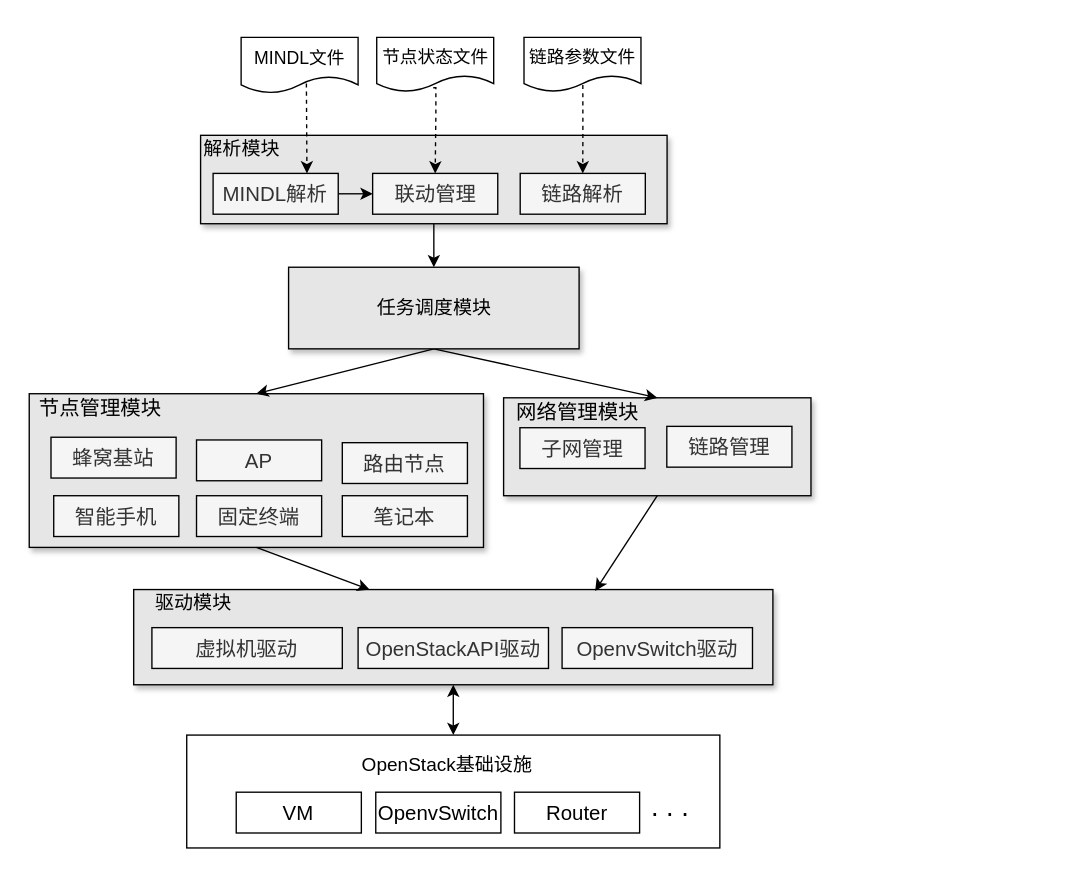
The draw.io diagram page "renew2_原型系统架构" (1 of 5) of 网络仿真系统.drawio in Icarus1994/neutron_conf, before the edit. Source tidied: cells renumbered, new cells numbered last; positions are measured from the earlier drawing's top-left corner, leaving out a move shared by most shapes. Both pictures are drawn from the tidied source at 136%, with x=0, y=0 at pixel (29, 37).
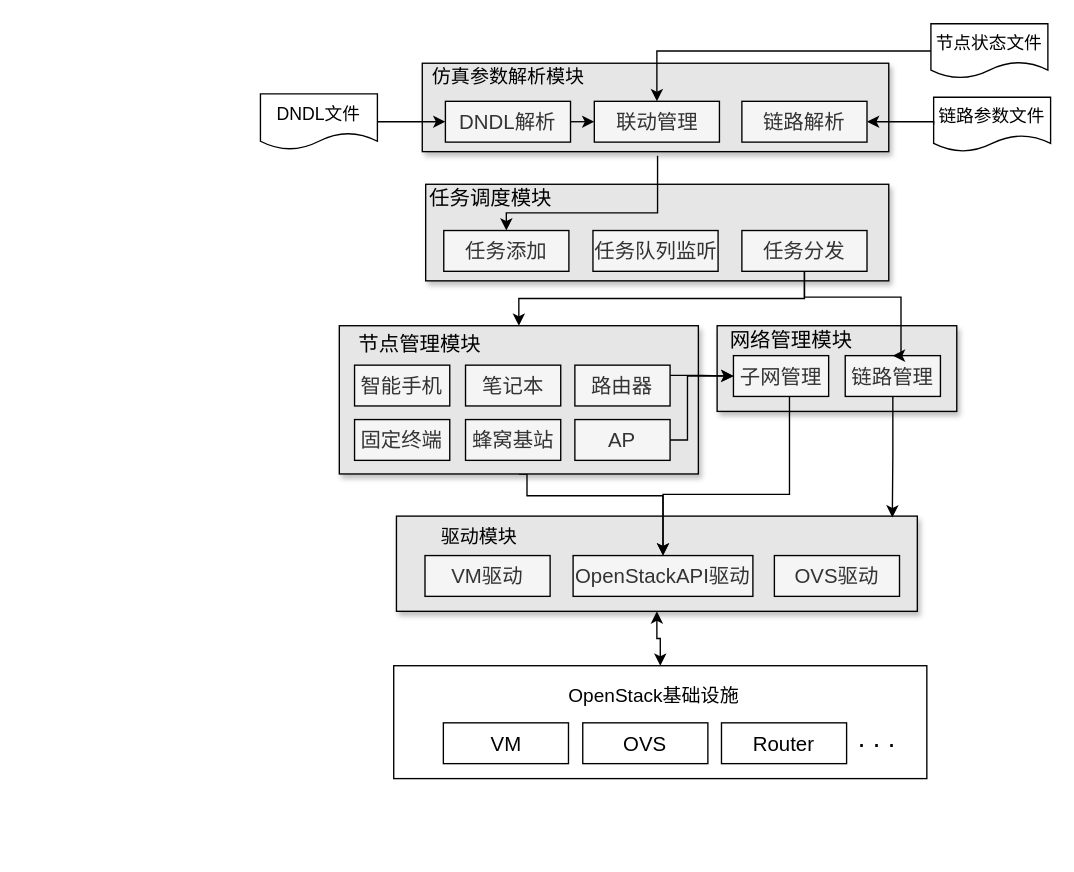
After the change.

The edit, as a diff of the source:
```diff
@@
     <mxCell id="2" style="rounded=0;whiteSpace=wrap;html=1;" parent="1" vertex="1">
-      <mxGeometry x="115.8" y="513" width="392" height="83" as="geometry" />
+      <mxGeometry x="268" y="462" width="392" height="83" as="geometry" />
     </mxCell>
     <mxCell id="3" style="rounded=0;whiteSpace=wrap;html=1;fillColor=#E6E6E6;shadow=1;" parent="1" vertex="1">
-      <mxGeometry x="348.8" y="265" width="226" height="72" as="geometry" />
+      <mxGeometry x="505.8" y="212" width="176.2" height="63" as="geometry" />
     </mxCell>
     <mxCell id="4" value="链路参数文件" style="shape=document;whiteSpace=wrap;html=1;boundedLbl=1;fontSize=13;" parent="1" vertex="1">
-      <mxGeometry x="363.8" width="86" height="40" as="geometry" />
+      <mxGeometry x="665" y="44" width="86" height="40" as="geometry" />
     </mxCell>
-    <mxCell id="5" value="&lt;font style=&quot;font-size: 13px;&quot;&gt;MINDL文件&lt;/font&gt;" style="shape=document;whiteSpace=wrap;html=1;boundedLbl=1;fontSize=13;" parent="1" vertex="1">
-      <mxGeometry x="155.8" width="86" height="41" as="geometry" />
+    <mxCell id="5" value="&lt;font style=&quot;font-size: 13px&quot;&gt;DNDL文件&lt;/font&gt;" style="shape=document;whiteSpace=wrap;html=1;boundedLbl=1;fontSize=13;" parent="1" vertex="1">
+      <mxGeometry x="170" y="41.5" width="86" height="41" as="geometry" />
     </mxCell>
@@
     <mxCell id="7" style="rounded=0;whiteSpace=wrap;html=1;fillColor=#E6E6E6;shadow=1;" parent="1" vertex="1">
-      <mxGeometry x="76.8" y="406" width="470" height="70" as="geometry" />
+      <mxGeometry x="270" y="352" width="383" height="70" as="geometry" />
     </mxCell>
-    <mxCell id="8" value="&lt;span style=&quot;font-size: 15px&quot;&gt;虚拟机驱动&lt;/span&gt;" style="rounded=0;whiteSpace=wrap;html=1;fillColor=#f5f5f5;strokeColor=#000000;fontColor=#333333;" parent="1" vertex="1">
-      <mxGeometry x="90.2" y="434" width="140" height="30" as="geometry" />
+    <mxCell id="8" value="&lt;span style=&quot;font-size: 15px&quot;&gt;VM驱动&lt;/span&gt;" style="rounded=0;whiteSpace=wrap;html=1;fillColor=#f5f5f5;strokeColor=#000000;fontColor=#333333;" parent="1" vertex="1">
+      <mxGeometry x="291" y="381" width="92" height="30" as="geometry" />
     </mxCell>
     <mxCell id="9" value="&lt;span style=&quot;font-size: 15px&quot;&gt;OpenStackAPI驱动&lt;/span&gt;" style="rounded=0;whiteSpace=wrap;html=1;fillColor=#f5f5f5;strokeColor=#000000;fontColor=#333333;" parent="1" vertex="1">
-      <mxGeometry x="241.8" y="434" width="140" height="30" as="geometry" />
+      <mxGeometry x="399.9" y="381" width="132.2" height="30" as="geometry" />
     </mxCell>
-    <mxCell id="10" value="&lt;span style=&quot;font-size: 15px&quot;&gt;OpenvSwitch驱动&lt;br&gt;&lt;/span&gt;" style="rounded=0;whiteSpace=wrap;html=1;fillColor=#f5f5f5;strokeColor=#000000;fontColor=#333333;" parent="1" vertex="1">
-      <mxGeometry x="391.8" y="434" width="140" height="30" as="geometry" />
+    <mxCell id="10" value="&lt;span style=&quot;font-size: 15px&quot;&gt;OVS驱动&lt;br&gt;&lt;/span&gt;" style="rounded=0;whiteSpace=wrap;html=1;fillColor=#f5f5f5;strokeColor=#000000;fontColor=#333333;" parent="1" vertex="1">
+      <mxGeometry x="547.9" y="381" width="92" height="30" as="geometry" />
     </mxCell>
     <mxCell id="11" value="&lt;font style=&quot;font-size: 14px&quot;&gt;驱动模块&lt;/font&gt;" style="text;html=1;strokeColor=none;fillColor=none;align=center;verticalAlign=middle;whiteSpace=wrap;rounded=0;" parent="1" vertex="1">
-      <mxGeometry x="75.8" y="406" width="90" height="20" as="geometry" />
+      <mxGeometry x="286" y="357" width="90" height="20" as="geometry" />
     </mxCell>
     <mxCell id="12" value="OpenStack基础设施" style="text;html=1;align=center;verticalAlign=middle;fontSize=14;" parent="1" vertex="1">
-      <mxGeometry x="236.8" y="525" width="140" height="20" as="geometry" />
+      <mxGeometry x="389" y="474" width="140" height="20" as="geometry" />
     </mxCell>
     <mxCell id="13" value="&lt;span style=&quot;font-size: 15px&quot;&gt;VM&lt;/span&gt;" style="rounded=0;whiteSpace=wrap;html=1;" parent="1" vertex="1">
-      <mxGeometry x="152.2" y="555" width="92" height="30" as="geometry" />
+      <mxGeometry x="304.5" y="504" width="92" height="30" as="geometry" />
     </mxCell>
-    <mxCell id="14" value="&lt;span style=&quot;font-size: 15px&quot;&gt;OpenvSwitch&lt;/span&gt;" style="rounded=0;whiteSpace=wrap;html=1;" parent="1" vertex="1">
-      <mxGeometry x="254.8" y="555" width="92" height="30" as="geometry" />
+    <mxCell id="14" value="&lt;span style=&quot;font-size: 15px&quot;&gt;OVS&lt;/span&gt;" style="rounded=0;whiteSpace=wrap;html=1;" parent="1" vertex="1">
+      <mxGeometry x="407" y="504" width="92" height="30" as="geometry" />
     </mxCell>
     <mxCell id="15" value="&lt;span style=&quot;font-size: 15px&quot;&gt;Router&lt;/span&gt;" style="rounded=0;whiteSpace=wrap;html=1;" parent="1" vertex="1">
-      <mxGeometry x="356.8" y="555" width="92" height="30" as="geometry" />
+      <mxGeometry x="509" y="504" width="92" height="30" as="geometry" />
     </mxCell>
     <mxCell id="16" value="&lt;font style=&quot;font-size: 20px&quot;&gt;. . .&lt;/font&gt;" style="text;html=1;align=center;verticalAlign=middle;fontSize=14;" parent="1" vertex="1">
-      <mxGeometry x="450.8" y="555" width="40" height="20" as="geometry" />
+      <mxGeometry x="603" y="504" width="40" height="20" as="geometry" />
     </mxCell>
     <mxCell id="17" value="节点状态文件" style="shape=document;whiteSpace=wrap;html=1;boundedLbl=1;fontSize=13;" parent="1" vertex="1">
-      <mxGeometry x="255.5" width="86" height="40" as="geometry" />
+      <mxGeometry x="663" y="-10" width="86" height="40" as="geometry" />
     </mxCell>
-    <mxCell id="18" style="edgeStyle=none;rounded=0;jettySize=auto;html=1;exitX=0.5;exitY=1;exitDx=0;exitDy=0;entryX=0.5;entryY=0;entryDx=0;entryDy=0;" parent="1" edge="1" source="19" target="37">
-      <mxGeometry relative="1" as="geometry" />
-    </mxCell>
     <mxCell id="19" style="rounded=0;whiteSpace=wrap;html=1;fontSize=14;fillColor=#E6E6E6;shadow=1;" parent="1" vertex="1">
-      <mxGeometry x="126" y="72" width="343" height="65" as="geometry" />
+      <mxGeometry x="289" y="19" width="343" height="65" as="geometry" />
     </mxCell>
@@
-    <mxCell id="21" value="&lt;span style=&quot;font-size: 15px&quot;&gt;MINDL解析&lt;/span&gt;" style="rounded=0;whiteSpace=wrap;html=1;fillColor=#f5f5f5;strokeColor=#000000;fontColor=#333333;" parent="1" vertex="1">
-      <mxGeometry x="135.2" y="100" width="92" height="30" as="geometry" />
+    <mxCell id="21" value="&lt;span style=&quot;font-size: 15px&quot;&gt;DNDL解析&lt;/span&gt;" style="rounded=0;whiteSpace=wrap;html=1;fillColor=#f5f5f5;strokeColor=#000000;fontColor=#333333;" parent="1" vertex="1">
+      <mxGeometry x="306" y="47" width="92" height="30" as="geometry" />
     </mxCell>
     <mxCell id="22" value="&lt;span style=&quot;font-size: 15px&quot;&gt;联动管理&lt;/span&gt;" style="rounded=0;whiteSpace=wrap;html=1;fillColor=#f5f5f5;strokeColor=#000000;fontColor=#333333;" parent="1" vertex="1">
-      <mxGeometry x="252.5" y="100" width="92" height="30" as="geometry" />
+      <mxGeometry x="415.5" y="47" width="92" height="30" as="geometry" />
     </mxCell>
-    <mxCell id="23" value="&lt;span style=&quot;font-size: 14px&quot;&gt;解析模块&lt;/span&gt;" style="text;html=1;align=center;verticalAlign=middle;" parent="1" vertex="1">
-      <mxGeometry x="123" y="72" width="66" height="19" as="geometry" />
+    <mxCell id="23" value="&lt;span style=&quot;font-size: 14px&quot;&gt;仿真参数解析模块&lt;/span&gt;" style="text;html=1;align=center;verticalAlign=middle;" parent="1" vertex="1">
+      <mxGeometry x="291" y="19" width="122" height="19" as="geometry" />
     </mxCell>
-    <mxCell id="24" style="edgeStyle=none;rounded=0;jettySize=auto;html=1;entryX=0.722;entryY=0.014;entryDx=0;entryDy=0;entryPerimeter=0;exitX=0.5;exitY=1;exitDx=0;exitDy=0;" parent="1" edge="1" source="3" target="7">
-      <mxGeometry relative="1" as="geometry" />
-    </mxCell>
-    <mxCell id="25" style="edgeStyle=orthogonalEdgeStyle;rounded=0;jettySize=auto;html=1;exitX=0.483;exitY=0.925;exitDx=0;exitDy=0;dashed=1;exitPerimeter=0;entryX=0.5;entryY=0;entryDx=0;entryDy=0;" parent="1" edge="1" source="17" target="22">
-      <mxGeometry relative="1" as="geometry">
-        <Array as="points">
-          <mxPoint x="299" y="37" />
-          <mxPoint x="299" y="56" />
-        </Array>
-      </mxGeometry>
-    </mxCell>
+    <mxCell id="44" style="edgeStyle=orthogonalEdgeStyle;rounded=0;jettySize=auto;html=1;exitX=0.5;exitY=1;exitDx=0;exitDy=0;entryX=0.5;entryY=0;entryDx=0;entryDy=0;strokeColor=#000000;" parent="1" edge="1" source="26" target="9">
+      <mxGeometry relative="1" as="geometry">
+        <Array as="points">
+          <mxPoint x="366" y="337" />
+          <mxPoint x="466" y="337" />
+        </Array>
+      </mxGeometry>
+    </mxCell>
     <mxCell id="26" style="rounded=0;whiteSpace=wrap;html=1;fillColor=#E6E6E6;shadow=1;" parent="1" vertex="1">
-      <mxGeometry y="262" width="334" height="113" as="geometry" />
+      <mxGeometry x="228" y="212" width="264" height="109" as="geometry" />
     </mxCell>
+    <mxCell id="45" style="edgeStyle=orthogonalEdgeStyle;rounded=0;jettySize=auto;html=1;exitX=0.5;exitY=1;exitDx=0;exitDy=0;entryX=0.5;entryY=0;entryDx=0;entryDy=0;strokeColor=#000000;" parent="1" edge="1" source="27" target="9">
+      <mxGeometry relative="1" as="geometry">
+        <Array as="points">
+          <mxPoint x="559" y="336" />
+          <mxPoint x="466" y="336" />
+        </Array>
+      </mxGeometry>
+    </mxCell>
     <mxCell id="27" value="&lt;span style=&quot;font-size: 15px&quot;&gt;子网管理&lt;/span&gt;" style="rounded=0;whiteSpace=wrap;html=1;fillColor=#f5f5f5;strokeColor=#000000;fontColor=#333333;" parent="1" vertex="1">
-      <mxGeometry x="360.8" y="287" width="92" height="30" as="geometry" />
+      <mxGeometry x="517.8" y="234" width="70" height="30" as="geometry" />
     </mxCell>
+    <mxCell id="46" style="edgeStyle=orthogonalEdgeStyle;rounded=0;jettySize=auto;html=1;exitX=1;exitY=0.25;exitDx=0;exitDy=0;entryX=0;entryY=0.5;entryDx=0;entryDy=0;strokeColor=#000000;" parent="1" edge="1" source="28" target="27">
+      <mxGeometry relative="1" as="geometry" />
+    </mxCell>
-    <mxCell id="28" value="&lt;span style=&quot;font-size: 15px&quot;&gt;路由节点&lt;/span&gt;" style="rounded=0;whiteSpace=wrap;html=1;fillColor=#f5f5f5;strokeColor=#000000;fontColor=#333333;" parent="1" vertex="1">
-      <mxGeometry x="230.2" y="298" width="92" height="30" as="geometry" />
+    <mxCell id="28" value="&lt;span style=&quot;font-size: 15px&quot;&gt;路由器&lt;/span&gt;" style="rounded=0;whiteSpace=wrap;html=1;fillColor=#f5f5f5;strokeColor=#000000;fontColor=#333333;" parent="1" vertex="1">
+      <mxGeometry x="401.2" y="241" width="70" height="30" as="geometry" />
     </mxCell>
-    <mxCell id="29" style="edgeStyle=none;rounded=0;jettySize=auto;html=1;exitX=0.5;exitY=1;exitDx=0;exitDy=0;entryX=0.5;entryY=0;entryDx=0;entryDy=0;" parent="1" edge="1" source="37" target="26">
-      <mxGeometry relative="1" as="geometry" />
-    </mxCell>
+    <mxCell id="47" style="edgeStyle=orthogonalEdgeStyle;rounded=0;jettySize=auto;html=1;exitX=1;exitY=0.5;exitDx=0;exitDy=0;entryX=0;entryY=0.5;entryDx=0;entryDy=0;strokeColor=#000000;" parent="1" edge="1" source="30" target="27">
+      <mxGeometry relative="1" as="geometry">
+        <Array as="points">
+          <mxPoint x="484" y="296" />
+          <mxPoint x="484" y="249" />
+        </Array>
+      </mxGeometry>
+    </mxCell>
     <mxCell id="30" value="&lt;span style=&quot;font-size: 15px&quot;&gt;AP&lt;/span&gt;" style="rounded=0;whiteSpace=wrap;html=1;fillColor=#f5f5f5;strokeColor=#000000;fontColor=#333333;" parent="1" vertex="1">
-      <mxGeometry x="123" y="296" width="92" height="30" as="geometry" />
+      <mxGeometry x="401.2" y="281" width="70" height="30" as="geometry" />
     </mxCell>
-    <mxCell id="31" value="&lt;span style=&quot;font-size: 15px&quot;&gt;固定终端&lt;/span&gt;" style="rounded=0;whiteSpace=wrap;html=1;fillColor=#f5f5f5;strokeColor=#000000;fontColor=#333333;" parent="1" vertex="1">
-      <mxGeometry x="123" y="337" width="92" height="30" as="geometry" />
+    <mxCell id="31" value="&lt;span style=&quot;font-size: 15px&quot;&gt;蜂窝基站&lt;/span&gt;" style="rounded=0;whiteSpace=wrap;html=1;fillColor=#f5f5f5;strokeColor=#000000;fontColor=#333333;" parent="1" vertex="1">
+      <mxGeometry x="320.8" y="281" width="70" height="30" as="geometry" />
     </mxCell>
     <mxCell id="32" value="&lt;font style=&quot;font-size: 15px&quot;&gt;节点管理模块&lt;/font&gt;" style="text;html=1;align=center;verticalAlign=middle;" parent="1" vertex="1">
-      <mxGeometry x="1.8" y="262" width="100" height="19" as="geometry" />
+      <mxGeometry x="237" y="215" width="100" height="19" as="geometry" />
     </mxCell>
-    <mxCell id="33" style="edgeStyle=none;rounded=0;jettySize=auto;html=1;exitX=0.5;exitY=1;exitDx=0;exitDy=0;entryX=0.5;entryY=0;entryDx=0;entryDy=0;" parent="1" edge="1" source="37" target="3">
-      <mxGeometry relative="1" as="geometry" />
-    </mxCell>
-    <mxCell id="34" style="edgeStyle=orthogonalEdgeStyle;rounded=0;jettySize=auto;html=1;exitX=0.503;exitY=0.875;exitDx=0;exitDy=0;dashed=1;exitPerimeter=0;" parent="1" edge="1" source="4" target="36">
-      <mxGeometry relative="1" as="geometry" />
-    </mxCell>
     <mxCell id="35" value="&lt;font style=&quot;font-size: 15px&quot;&gt;网络管理模块&lt;/font&gt;" style="text;html=1;align=center;verticalAlign=middle;" parent="1" vertex="1">
-      <mxGeometry x="352.8" y="265" width="100" height="19" as="geometry" />
+      <mxGeometry x="509.8" y="212" width="100" height="19" as="geometry" />
     </mxCell>
     <mxCell id="36" value="&lt;span style=&quot;font-size: 15px&quot;&gt;链路解析&lt;/span&gt;" style="rounded=0;whiteSpace=wrap;html=1;fillColor=#f5f5f5;strokeColor=#000000;fontColor=#333333;" parent="1" vertex="1">
-      <mxGeometry x="361" y="100" width="92" height="30" as="geometry" />
+      <mxGeometry x="524" y="47" width="92" height="30" as="geometry" />
     </mxCell>
-    <mxCell id="37" value="任务调度模块" style="rounded=0;whiteSpace=wrap;html=1;fontSize=14;fillColor=#E6E6E6;shadow=1;" parent="1" vertex="1">
-      <mxGeometry x="190.7" y="169" width="213.6" height="60" as="geometry" />
+    <mxCell id="37" style="rounded=0;whiteSpace=wrap;html=1;fontSize=14;fillColor=#E6E6E6;shadow=1;" parent="1" vertex="1">
+      <mxGeometry x="291.5" y="108" width="340.5" height="71" as="geometry" />
     </mxCell>
+    <mxCell id="48" style="edgeStyle=orthogonalEdgeStyle;rounded=0;jettySize=auto;html=1;exitX=0.5;exitY=1;exitDx=0;exitDy=0;entryX=0.952;entryY=0.014;entryDx=0;entryDy=0;entryPerimeter=0;strokeColor=#000000;" parent="1" edge="1" source="38" target="7">
+      <mxGeometry relative="1" as="geometry" />
+    </mxCell>
     <mxCell id="38" value="&lt;span style=&quot;font-size: 15px&quot;&gt;链路管理&lt;/span&gt;" style="rounded=0;whiteSpace=wrap;html=1;fillColor=#f5f5f5;strokeColor=#000000;fontColor=#333333;" parent="1" vertex="1">
-      <mxGeometry x="468.8" y="286" width="92" height="30" as="geometry" />
+      <mxGeometry x="600" y="234" width="70" height="30" as="geometry" />
     </mxCell>
-    <mxCell id="39" style="edgeStyle=orthogonalEdgeStyle;rounded=0;jettySize=auto;html=1;exitX=0.558;exitY=0.825;exitDx=0;exitDy=0;dashed=1;exitPerimeter=0;entryX=0.75;entryY=0;entryDx=0;entryDy=0;" parent="1" edge="1" source="5" target="21">
-      <mxGeometry relative="1" as="geometry">
-        <Array as="points">
-          <mxPoint x="204" y="33" />
-        </Array>
-      </mxGeometry>
-    </mxCell>
-    <mxCell id="40" value="&lt;span style=&quot;font-size: 15px&quot;&gt;蜂窝基站&lt;/span&gt;" style="rounded=0;whiteSpace=wrap;html=1;fillColor=#f5f5f5;strokeColor=#000000;fontColor=#333333;" parent="1" vertex="1">
-      <mxGeometry x="16" y="294" width="92" height="30" as="geometry" />
+    <mxCell id="40" value="&lt;span style=&quot;font-size: 15px&quot;&gt;智能手机&lt;/span&gt;" style="rounded=0;whiteSpace=wrap;html=1;fillColor=#f5f5f5;strokeColor=#000000;fontColor=#333333;" parent="1" vertex="1">
+      <mxGeometry x="239.2" y="241" width="70" height="30" as="geometry" />
     </mxCell>
     <mxCell id="41" value="&lt;span style=&quot;font-size: 15px&quot;&gt;笔记本&lt;/span&gt;" style="rounded=0;whiteSpace=wrap;html=1;fillColor=#f5f5f5;strokeColor=#000000;fontColor=#333333;" parent="1" vertex="1">
-      <mxGeometry x="230.2" y="337" width="92" height="30" as="geometry" />
+      <mxGeometry x="320.8" y="241" width="70" height="30" as="geometry" />
     </mxCell>
-    <mxCell id="42" value="&lt;span style=&quot;font-size: 15px&quot;&gt;智能手机&lt;/span&gt;" style="rounded=0;whiteSpace=wrap;html=1;fillColor=#f5f5f5;strokeColor=#000000;fontColor=#333333;" parent="1" vertex="1">
-      <mxGeometry x="18" y="337" width="92" height="30" as="geometry" />
+    <mxCell id="42" value="&lt;span style=&quot;font-size: 15px&quot;&gt;固定终端&lt;/span&gt;" style="rounded=0;whiteSpace=wrap;html=1;fillColor=#f5f5f5;strokeColor=#000000;fontColor=#333333;" parent="1" vertex="1">
+      <mxGeometry x="239.2" y="281" width="70" height="30" as="geometry" />
     </mxCell>
-    <mxCell id="43" style="edgeStyle=none;rounded=0;jettySize=auto;html=1;exitX=0.5;exitY=1;exitDx=0;exitDy=0;entryX=0.369;entryY=0;entryDx=0;entryDy=0;entryPerimeter=0;" parent="1" edge="1" source="26" target="7">
-      <mxGeometry relative="1" as="geometry" />
-    </mxCell>
+    <mxCell id="49" value="&lt;span style=&quot;font-size: 15px&quot;&gt;任务添加&lt;/span&gt;" style="rounded=0;whiteSpace=wrap;html=1;fillColor=#f5f5f5;strokeColor=#000000;fontColor=#333333;" parent="1" vertex="1">
+      <mxGeometry x="304.8" y="142" width="92" height="30" as="geometry" />
+    </mxCell>
+    <mxCell id="50" value="&lt;font style=&quot;font-size: 15px&quot;&gt;任务调度模块&lt;/font&gt;" style="text;html=1;align=center;verticalAlign=middle;" parent="1" vertex="1">
+      <mxGeometry x="289" y="108" width="100" height="19" as="geometry" />
+    </mxCell>
+    <mxCell id="51" style="edgeStyle=orthogonalEdgeStyle;rounded=0;jettySize=auto;html=1;exitX=0.5;exitY=1;exitDx=0;exitDy=0;entryX=0.5;entryY=0;entryDx=0;entryDy=0;strokeColor=#000000;" parent="1" edge="1" source="53" target="38">
+      <mxGeometry relative="1" as="geometry">
+        <Array as="points">
+          <mxPoint x="570" y="191" />
+          <mxPoint x="641" y="191" />
+        </Array>
+      </mxGeometry>
+    </mxCell>
+    <mxCell id="52" style="edgeStyle=orthogonalEdgeStyle;rounded=0;jettySize=auto;html=1;exitX=0.5;exitY=1;exitDx=0;exitDy=0;entryX=0.5;entryY=0;entryDx=0;entryDy=0;strokeColor=#000000;" parent="1" edge="1" source="53" target="26">
+      <mxGeometry relative="1" as="geometry" />
+    </mxCell>
+    <mxCell id="53" value="&lt;span style=&quot;font-size: 15px&quot;&gt;任务分发&lt;/span&gt;" style="rounded=0;whiteSpace=wrap;html=1;fillColor=#f5f5f5;strokeColor=#000000;fontColor=#333333;" parent="1" vertex="1">
+      <mxGeometry x="524" y="142" width="92" height="30" as="geometry" />
+    </mxCell>
+    <mxCell id="54" value="&lt;span style=&quot;font-size: 15px&quot;&gt;任务队列监听&lt;/span&gt;" style="rounded=0;whiteSpace=wrap;html=1;fillColor=#f5f5f5;strokeColor=#000000;fontColor=#333333;" parent="1" vertex="1">
+      <mxGeometry x="414.5" y="142" width="92" height="30" as="geometry" />
+    </mxCell>
+    <mxCell id="34" style="edgeStyle=orthogonalEdgeStyle;rounded=0;jettySize=auto;html=1;exitX=0;exitY=0.5;exitDx=0;exitDy=0;entryX=1;entryY=0.5;entryDx=0;entryDy=0;strokeColor=#000000;" parent="1" edge="1" source="4" target="36">
+      <mxGeometry relative="1" as="geometry">
+        <Array as="points">
+          <mxPoint x="665" y="62" />
+        </Array>
+      </mxGeometry>
+    </mxCell>
+    <mxCell id="25" style="edgeStyle=orthogonalEdgeStyle;rounded=0;jettySize=auto;html=1;exitX=0;exitY=0.5;exitDx=0;exitDy=0;entryX=0.5;entryY=0;entryDx=0;entryDy=0;strokeColor=#000000;" parent="1" edge="1" source="17" target="22">
+      <mxGeometry relative="1" as="geometry" />
+    </mxCell>
+    <mxCell id="39" style="edgeStyle=orthogonalEdgeStyle;rounded=0;jettySize=auto;html=1;exitX=1;exitY=0.5;exitDx=0;exitDy=0;entryX=0;entryY=0.5;entryDx=0;entryDy=0;strokeColor=#000000;" parent="1" edge="1" source="5" target="21">
+      <mxGeometry relative="1" as="geometry" />
+    </mxCell>
+    <mxCell id="55" style="edgeStyle=orthogonalEdgeStyle;rounded=0;jettySize=auto;html=1;entryX=0.5;entryY=0;entryDx=0;entryDy=0;strokeColor=#000000;" parent="1" edge="1" target="49">
+      <mxGeometry relative="1" as="geometry">
+        <mxPoint x="462" y="87" as="sourcePoint" />
+        <Array as="points">
+          <mxPoint x="462" y="129" />
+          <mxPoint x="351" y="129" />
+        </Array>
+      </mxGeometry>
+    </mxCell>
```
